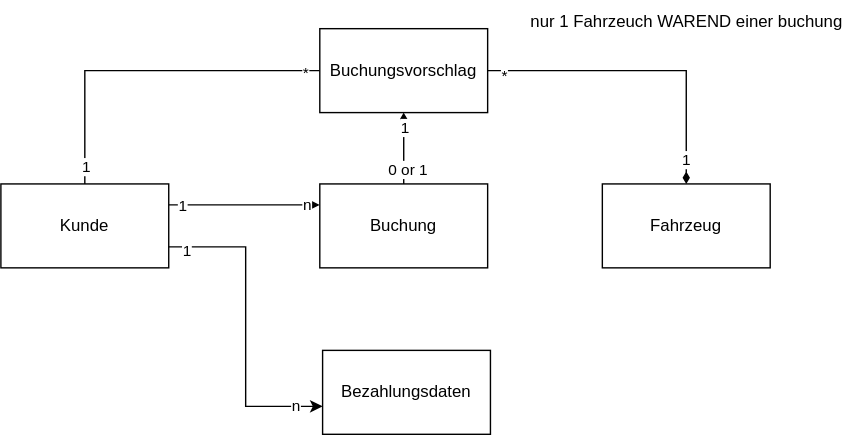
This is sw-eng-03.drawio.svg from MassimiIiano/software-eng-projects-uni, a draw.io export, as it was before one commit. Source tidied: cells renumbered, new cells last; positions are measured from the earlier drawing's top-left corner, leaving out a move shared by most shapes.
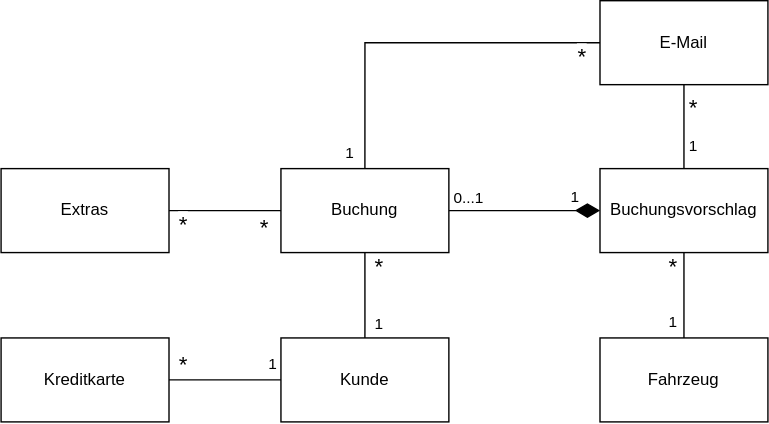
Above is the later version.

Commit message:
Corrected aufgabe 3

What changed in the source:
```diff
@@ -2,74 +2,121 @@
   <root>
     <mxCell id="0" />
     <mxCell id="1" parent="0" />
-    <mxCell id="2" style="edgeStyle=orthogonalEdgeStyle;rounded=0;jettySize=auto;html=1;exitX=1;exitY=0.25;exitDx=0;exitDy=0;entryX=0;entryY=0.25;entryDx=0;entryDy=0;" parent="1" edge="1" source="8" target="12">
-      <mxGeometry relative="1" as="geometry" />
+    <mxCell id="2" style="edgeStyle=orthogonalEdgeStyle;rounded=0;jettySize=auto;html=1;exitX=0.5;exitY=0;exitDx=0;exitDy=0;entryX=0.5;entryY=1;entryDx=0;entryDy=0;endArrow=none;endFill=0;" parent="1" edge="1" source="8" target="12">
+      <mxGeometry relative="1" as="geometry">
+        <Array as="points">
+          <mxPoint x="270" y="170" />
+          <mxPoint x="270" y="170" />
+        </Array>
+      </mxGeometry>
     </mxCell>
-    <mxCell id="3" value="&lt;div&gt;n&lt;/div&gt;" style="edgeLabel;html=1;align=center;verticalAlign=middle;" parent="2" vertex="1">
-      <mxGeometry x="0.81" y="1" relative="1" as="geometry" />
+    <mxCell id="3" value="&lt;div&gt;&lt;font style=&quot;font-size: 16px;&quot;&gt;*&lt;/font&gt;&lt;/div&gt;" style="edgeLabel;html=1;align=center;verticalAlign=middle;" parent="2" vertex="1">
+      <mxGeometry x="0.81" y="1" relative="1" as="geometry">
+        <mxPoint x="11" y="4" as="offset" />
+      </mxGeometry>
     </mxCell>
     <mxCell id="4" value="1" style="edgeLabel;html=1;align=center;verticalAlign=middle;" parent="2" vertex="1">
-      <mxGeometry x="-0.84" relative="1" as="geometry" />
+      <mxGeometry x="-0.84" relative="1" as="geometry">
+        <mxPoint x="10" y="-6" as="offset" />
+      </mxGeometry>
     </mxCell>
-    <mxCell id="5" style="edgeStyle=orthogonalEdgeStyle;rounded=0;jettySize=auto;html=1;endArrow=none;endFill=0;" parent="1" edge="1" source="8" target="22">
-      <mxGeometry relative="1" as="geometry">
-        <Array as="points">
-          <mxPoint x="60" y="50" />
-        </Array>
-      </mxGeometry>
-    </mxCell>
-    <mxCell id="6" value="*" style="edgeLabel;html=1;align=center;verticalAlign=middle;" parent="5" vertex="1">
-      <mxGeometry x="0.91" y="-1" relative="1" as="geometry" />
-    </mxCell>
-    <mxCell id="7" value="1" style="edgeLabel;html=1;align=center;verticalAlign=middle;" parent="5" vertex="1">
-      <mxGeometry x="-0.9" relative="1" as="geometry" />
-    </mxCell>
     <mxCell id="8" value="&lt;div&gt;Kunde&lt;/div&gt;" style="rounded=0;whiteSpace=wrap;html=1;" parent="1" vertex="1">
-      <mxGeometry y="131" width="120" height="60" as="geometry" />
+      <mxGeometry x="210" y="181" width="120" height="60" as="geometry" />
     </mxCell>
-    <mxCell id="9" style="edgeStyle=orthogonalEdgeStyle;rounded=0;jettySize=auto;html=1;endArrow=diamondThin;endFill=1;" parent="1" edge="1" source="12" target="22">
+    <mxCell id="9" style="edgeStyle=orthogonalEdgeStyle;rounded=0;jettySize=auto;html=1;endArrow=diamondThin;endFill=1;endSize=15;" parent="1" edge="1" source="12" target="22">
       <mxGeometry relative="1" as="geometry" />
     </mxCell>
-    <mxCell id="10" value="0 or 1" style="edgeLabel;html=1;align=center;verticalAlign=middle;" parent="9" vertex="1">
+    <mxCell id="10" value="0...1" style="edgeLabel;html=1;align=center;verticalAlign=middle;" parent="9" vertex="1">
       <mxGeometry x="-0.83" y="2" relative="1" as="geometry">
         <mxPoint x="4" y="-7" as="offset" />
       </mxGeometry>
     </mxCell>
     <mxCell id="11" value="1" style="edgeLabel;html=1;align=center;verticalAlign=middle;" parent="9" vertex="1">
-      <mxGeometry x="0.61" relative="1" as="geometry" />
+      <mxGeometry x="0.61" relative="1" as="geometry">
+        <mxPoint x="3" y="-10" as="offset" />
+      </mxGeometry>
     </mxCell>
+    <mxCell id="23" style="edgeStyle=orthogonalEdgeStyle;rounded=0;jettySize=auto;html=1;exitX=0;exitY=0.5;exitDx=0;exitDy=0;entryX=1;entryY=0.5;entryDx=0;entryDy=0;endArrow=none;endFill=0;" parent="1" edge="1" source="12" target="29">
+      <mxGeometry relative="1" as="geometry" />
+    </mxCell>
     <mxCell id="12" value="&lt;div&gt;Buchung&lt;/div&gt;" style="rounded=0;whiteSpace=wrap;html=1;" parent="1" vertex="1">
-      <mxGeometry x="228" y="131" width="120" height="60" as="geometry" />
+      <mxGeometry x="210" y="60" width="120" height="60" as="geometry" />
     </mxCell>
-    <mxCell id="13" value="&lt;div&gt;Bezahlungsdaten&lt;/div&gt;" style="rounded=0;whiteSpace=wrap;html=1;" parent="1" vertex="1">
-      <mxGeometry x="230" y="250" width="120" height="60" as="geometry" />
+    <mxCell id="13" value="&lt;div&gt;Kreditkarte&lt;/div&gt;" style="rounded=0;whiteSpace=wrap;html=1;" parent="1" vertex="1">
+      <mxGeometry x="10" y="181" width="120" height="60" as="geometry" />
     </mxCell>
-    <mxCell id="14" style="edgeStyle=orthogonalEdgeStyle;rounded=0;jettySize=auto;html=1;exitX=1;exitY=0.75;exitDx=0;exitDy=0;entryX=0;entryY=0.667;entryDx=0;entryDy=0;entryPerimeter=0;" parent="1" edge="1" source="8" target="13">
+    <mxCell id="14" style="edgeStyle=orthogonalEdgeStyle;rounded=0;jettySize=auto;html=1;exitX=0;exitY=0.5;exitDx=0;exitDy=0;endArrow=none;endFill=0;entryX=1;entryY=0.5;entryDx=0;entryDy=0;" parent="1" edge="1" source="8" target="13">
       <mxGeometry relative="1" as="geometry" />
     </mxCell>
     <mxCell id="15" value="1" style="edgeLabel;html=1;align=center;verticalAlign=middle;" parent="14" vertex="1">
-      <mxGeometry x="-0.9" y="-2" relative="1" as="geometry" />
+      <mxGeometry x="-0.9" y="-2" relative="1" as="geometry">
+        <mxPoint x="-2" y="-9" as="offset" />
+      </mxGeometry>
     </mxCell>
-    <mxCell id="16" value="n" style="edgeLabel;html=1;align=center;verticalAlign=middle;" parent="14" vertex="1">
-      <mxGeometry x="0.83" y="1" relative="1" as="geometry" />
+    <mxCell id="16" value="&lt;font style=&quot;font-size: 16px;&quot;&gt;*&lt;/font&gt;" style="edgeLabel;html=1;align=center;verticalAlign=middle;" parent="14" vertex="1">
+      <mxGeometry x="0.83" y="1" relative="1" as="geometry">
+        <mxPoint x="3" y="-12" as="offset" />
+      </mxGeometry>
     </mxCell>
+    <mxCell id="24" value="&lt;font style=&quot;font-size: 16px;&quot;&gt;*&lt;/font&gt;" style="edgeLabel;html=1;align=center;verticalAlign=middle;" parent="14" vertex="1">
+      <mxGeometry x="0.83" y="1" relative="1" as="geometry">
+        <mxPoint x="3" y="-12" as="offset" />
+      </mxGeometry>
+    </mxCell>
     <mxCell id="17" value="Fahrzeug" style="rounded=0;whiteSpace=wrap;html=1;" parent="1" vertex="1">
-      <mxGeometry x="430" y="131" width="120" height="60" as="geometry" />
+      <mxGeometry x="438" y="181" width="120" height="60" as="geometry" />
     </mxCell>
-    <mxCell id="18" value="nur 1 Fahrzeuch WAREND einer buchung" style="text;html=1;align=center;verticalAlign=middle;strokeColor=none;fillColor=none;" parent="1" vertex="1">
-      <mxGeometry x="365" width="250" height="30" as="geometry" />
-    </mxCell>
-    <mxCell id="19" style="edgeStyle=orthogonalEdgeStyle;rounded=0;jettySize=auto;html=1;endArrow=diamondThin;endFill=1;" parent="1" edge="1" source="22" target="17">
+    <mxCell id="19" style="edgeStyle=orthogonalEdgeStyle;rounded=0;jettySize=auto;html=1;endArrow=none;endFill=0;exitX=0.5;exitY=1;exitDx=0;exitDy=0;" parent="1" edge="1" source="22" target="17">
       <mxGeometry relative="1" as="geometry" />
     </mxCell>
-    <mxCell id="20" value="*" style="edgeLabel;html=1;align=center;verticalAlign=middle;" parent="19" vertex="1">
-      <mxGeometry x="-0.91" y="-3" relative="1" as="geometry" />
+    <mxCell id="20" value="&lt;font style=&quot;font-size: 16px;&quot;&gt;*&lt;/font&gt;" style="edgeLabel;html=1;align=center;verticalAlign=middle;" parent="19" vertex="1">
+      <mxGeometry x="-0.91" y="-3" relative="1" as="geometry">
+        <mxPoint x="-5" y="7" as="offset" />
+      </mxGeometry>
     </mxCell>
     <mxCell id="21" value="1" style="edgeLabel;html=1;align=center;verticalAlign=middle;" parent="19" vertex="1">
-      <mxGeometry x="0.83" y="-1" relative="1" as="geometry" />
+      <mxGeometry x="0.83" y="-1" relative="1" as="geometry">
+        <mxPoint x="-7" y="-6" as="offset" />
+      </mxGeometry>
     </mxCell>
+    <mxCell id="25" style="edgeStyle=orthogonalEdgeStyle;rounded=0;jettySize=auto;html=1;exitX=0.5;exitY=0;exitDx=0;exitDy=0;entryX=0.5;entryY=1;entryDx=0;entryDy=0;endArrow=none;endFill=0;" parent="1" edge="1" source="22" target="27">
+      <mxGeometry relative="1" as="geometry" />
+    </mxCell>
     <mxCell id="22" value="Buchungsvorschlag" style="rounded=0;whiteSpace=wrap;html=1;" parent="1" vertex="1">
-      <mxGeometry x="228" y="20" width="120" height="60" as="geometry" />
+      <mxGeometry x="438" y="60" width="120" height="60" as="geometry" />
     </mxCell>
+    <mxCell id="26" style="edgeStyle=orthogonalEdgeStyle;rounded=0;jettySize=auto;html=1;exitX=0;exitY=0.5;exitDx=0;exitDy=0;entryX=0.5;entryY=0;entryDx=0;entryDy=0;endArrow=none;endFill=0;" parent="1" edge="1" source="27" target="12">
+      <mxGeometry relative="1" as="geometry" />
+    </mxCell>
+    <mxCell id="27" value="E-Mail" style="rounded=0;whiteSpace=wrap;html=1;" parent="1" vertex="1">
+      <mxGeometry x="438" y="-60" width="120" height="60" as="geometry" />
+    </mxCell>
+    <mxCell id="7" value="1" style="edgeLabel;html=1;align=center;verticalAlign=middle;" parent="1" vertex="1">
+      <mxGeometry x="320" y="80" as="geometry">
+        <mxPoint x="-61" y="-31" as="offset" />
+      </mxGeometry>
+    </mxCell>
+    <mxCell id="28" value="&lt;span style=&quot;font-size: 16px;&quot;&gt;*&lt;/span&gt;" style="edgeLabel;html=1;align=center;verticalAlign=middle;" parent="1" vertex="1">
+      <mxGeometry x="500" y="150" as="geometry">
+        <mxPoint x="-75" y="-170" as="offset" />
+      </mxGeometry>
+    </mxCell>
+    <mxCell id="29" value="&lt;div&gt;Extras&lt;/div&gt;" style="rounded=0;whiteSpace=wrap;html=1;" parent="1" vertex="1">
+      <mxGeometry x="10" y="60" width="120" height="60" as="geometry" />
+    </mxCell>
+    <mxCell id="30" value="&lt;font style=&quot;font-size: 16px;&quot;&gt;*&lt;/font&gt;" style="edgeLabel;html=1;align=center;verticalAlign=middle;" parent="1" vertex="1">
+      <mxGeometry x="140" y="100" as="geometry" />
+    </mxCell>
+    <mxCell id="31" value="&lt;font style=&quot;font-size: 16px;&quot;&gt;*&lt;/font&gt;" style="edgeLabel;html=1;align=center;verticalAlign=middle;" parent="1" vertex="1">
+      <mxGeometry x="200" y="80" as="geometry">
+        <mxPoint x="-2" y="22" as="offset" />
+      </mxGeometry>
+    </mxCell>
+    <mxCell id="32" value="&lt;span style=&quot;color: rgb(0, 0, 0); font-family: Helvetica; font-size: 11px; font-style: normal; font-variant-ligatures: normal; font-variant-caps: normal; font-weight: 400; letter-spacing: normal; orphans: 2; text-align: center; text-indent: 0px; text-transform: none; widows: 2; word-spacing: 0px; -webkit-text-stroke-width: 0px; white-space: nowrap; background-color: rgb(255, 255, 255); text-decoration-thickness: initial; text-decoration-style: initial; text-decoration-color: initial; display: inline !important; float: none;&quot;&gt;1&lt;/span&gt;" style="text;whiteSpace=wrap;html=1;" parent="1" vertex="1">
+      <mxGeometry x="500" y="30" width="40" height="20" as="geometry" />
+    </mxCell>
+    <mxCell id="33" value="&lt;span style=&quot;color: rgb(0, 0, 0); font-family: Helvetica; font-size: 16px; font-style: normal; font-variant-ligatures: normal; font-variant-caps: normal; font-weight: 400; letter-spacing: normal; orphans: 2; text-align: center; text-indent: 0px; text-transform: none; widows: 2; word-spacing: 0px; -webkit-text-stroke-width: 0px; white-space: nowrap; background-color: rgb(255, 255, 255); text-decoration-thickness: initial; text-decoration-style: initial; text-decoration-color: initial; display: inline !important; float: none;&quot;&gt;*&lt;/span&gt;" style="text;whiteSpace=wrap;html=1;" parent="1" vertex="1">
+      <mxGeometry x="500" width="40" height="40" as="geometry" />
+    </mxCell>
   </root>
 </mxGraphModel>
```
